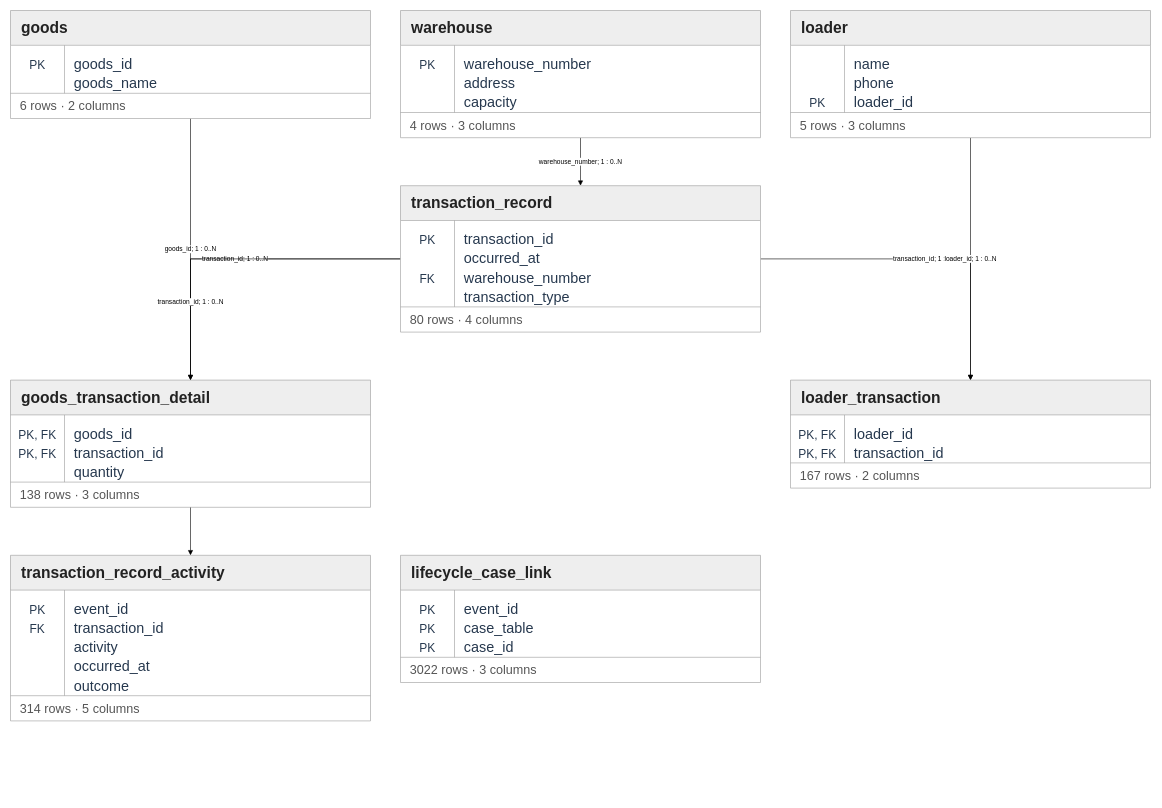
This is datasets/warehouseflow/docs/schema.drawio from jiwonpark7913/NL2EVENTLOG, a draw.io file, before an edit. Source tidied: cells renumbered, new cells numbered last; positions are measured from the earlier drawing's top-left corner, leaving out a move shared by most shapes. Both pictures are drawn from the tidied source at 60%, with x=0, y=0 at pixel (10, 10).
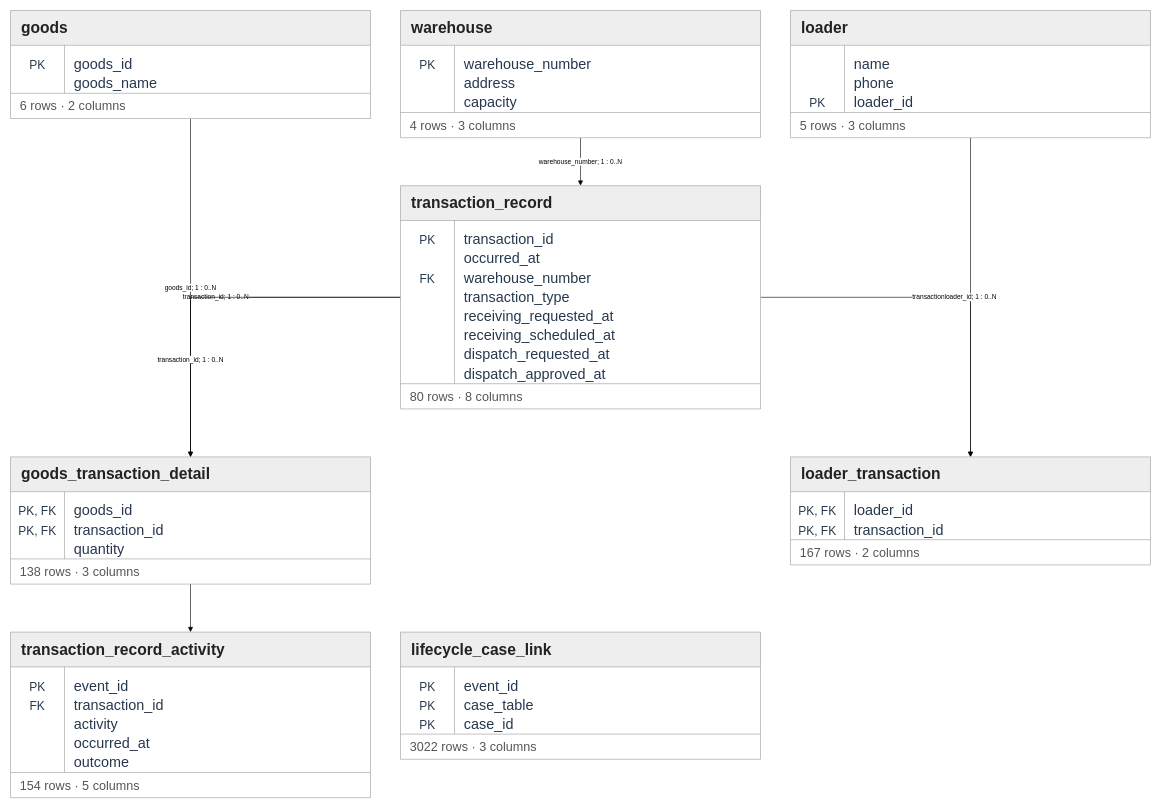
After the change.

The edit, as a diff of the source:
```diff
@@
     <mxCell id="36" value="transaction_record" style="shape=swimlane;startSize=58;rounded=0;whiteSpace=wrap;html=1;align=left;spacingLeft=16;fillColor=#eeeeee;swimlaneFillColor=#ffffff;strokeColor=#9a9a9a;fontColor=#222222;fontSize=26;fontStyle=1;" parent="1" vertex="1">
-      <mxGeometry x="650" y="292" width="600" height="244" as="geometry" />
+      <mxGeometry x="650" y="292" width="600" height="372" as="geometry" />
     </mxCell>
     <mxCell id="37" style="endArrow=none;startArrow=none;rounded=0;strokeColor=#9a9a9a;" parent="36" edge="1">
       <mxGeometry relative="1" as="geometry">
         <mxPoint x="90" y="58" as="sourcePoint" />
-        <mxPoint x="90" y="202" as="targetPoint" />
+        <mxPoint x="90" y="330" as="targetPoint" />
       </mxGeometry>
     </mxCell>
     <mxCell id="38" style="endArrow=none;startArrow=none;rounded=0;strokeColor=#9a9a9a;" parent="36" edge="1">
       <mxGeometry relative="1" as="geometry">
-        <mxPoint y="202" as="sourcePoint" />
-        <mxPoint x="600" y="202" as="targetPoint" />
+        <mxPoint y="330" as="sourcePoint" />
+        <mxPoint x="600" y="330" as="targetPoint" />
       </mxGeometry>
     </mxCell>
@@
+    <mxCell id="90" style="text;rounded=0;whiteSpace=wrap;html=1;align=center;verticalAlign=middle;spacingLeft=0;fontColor=#26384e;fontSize=20;fontStyle=0;fillColor=none;strokeColor=none;" parent="36" vertex="1">
+      <mxGeometry y="202" width="90" height="32" as="geometry" />
+    </mxCell>
+    <mxCell id="91" value="receiving_requested_at" style="text;rounded=0;whiteSpace=wrap;html=1;align=left;verticalAlign=middle;spacingLeft=14;fontColor=#26384e;fontSize=24;fontStyle=0;fillColor=none;strokeColor=none;" parent="36" vertex="1">
+      <mxGeometry x="90" y="202" width="510" height="32" as="geometry" />
+    </mxCell>
+    <mxCell id="92" style="text;rounded=0;whiteSpace=wrap;html=1;align=center;verticalAlign=middle;spacingLeft=0;fontColor=#26384e;fontSize=20;fontStyle=0;fillColor=none;strokeColor=none;" parent="36" vertex="1">
+      <mxGeometry y="234" width="90" height="32" as="geometry" />
+    </mxCell>
+    <mxCell id="93" value="receiving_scheduled_at" style="text;rounded=0;whiteSpace=wrap;html=1;align=left;verticalAlign=middle;spacingLeft=14;fontColor=#26384e;fontSize=24;fontStyle=0;fillColor=none;strokeColor=none;" parent="36" vertex="1">
+      <mxGeometry x="90" y="234" width="510" height="32" as="geometry" />
+    </mxCell>
+    <mxCell id="94" style="text;rounded=0;whiteSpace=wrap;html=1;align=center;verticalAlign=middle;spacingLeft=0;fontColor=#26384e;fontSize=20;fontStyle=0;fillColor=none;strokeColor=none;" parent="36" vertex="1">
+      <mxGeometry y="266" width="90" height="32" as="geometry" />
+    </mxCell>
+    <mxCell id="95" value="dispatch_requested_at" style="text;rounded=0;whiteSpace=wrap;html=1;align=left;verticalAlign=middle;spacingLeft=14;fontColor=#26384e;fontSize=24;fontStyle=0;fillColor=none;strokeColor=none;" parent="36" vertex="1">
+      <mxGeometry x="90" y="266" width="510" height="32" as="geometry" />
+    </mxCell>
+    <mxCell id="96" style="text;rounded=0;whiteSpace=wrap;html=1;align=center;verticalAlign=middle;spacingLeft=0;fontColor=#26384e;fontSize=20;fontStyle=0;fillColor=none;strokeColor=none;" parent="36" vertex="1">
+      <mxGeometry y="298" width="90" height="32" as="geometry" />
+    </mxCell>
+    <mxCell id="97" value="dispatch_approved_at" style="text;rounded=0;whiteSpace=wrap;html=1;align=left;verticalAlign=middle;spacingLeft=14;fontColor=#26384e;fontSize=24;fontStyle=0;fillColor=none;strokeColor=none;" parent="36" vertex="1">
+      <mxGeometry x="90" y="298" width="510" height="32" as="geometry" />
+    </mxCell>
-    <mxCell id="47" value="80 rows · 4 columns" style="text;rounded=0;whiteSpace=wrap;html=1;align=left;verticalAlign=middle;spacingLeft=14;fontColor=#555555;fontSize=21;fillColor=none;strokeColor=none;" parent="36" vertex="1">
-      <mxGeometry y="202" width="600" height="42" as="geometry" />
+    <mxCell id="47" value="80 rows · 8 columns" style="text;rounded=0;whiteSpace=wrap;html=1;align=left;verticalAlign=middle;spacingLeft=14;fontColor=#555555;fontSize=21;fillColor=none;strokeColor=none;" parent="36" vertex="1">
+      <mxGeometry y="330" width="600" height="42" as="geometry" />
     </mxCell>
     <mxCell id="48" value="goods_transaction_detail" style="shape=swimlane;startSize=58;rounded=0;whiteSpace=wrap;html=1;align=left;spacingLeft=16;fillColor=#eeeeee;swimlaneFillColor=#ffffff;strokeColor=#9a9a9a;fontColor=#222222;fontSize=26;fontStyle=1;" parent="1" vertex="1">
-      <mxGeometry y="616" width="600" height="212" as="geometry" />
+      <mxGeometry y="744" width="600" height="212" as="geometry" />
     </mxCell>
@@
     <mxCell id="58" value="loader_transaction" style="shape=swimlane;startSize=58;rounded=0;whiteSpace=wrap;html=1;align=left;spacingLeft=16;fillColor=#eeeeee;swimlaneFillColor=#ffffff;strokeColor=#9a9a9a;fontColor=#222222;fontSize=26;fontStyle=1;" parent="1" vertex="1">
-      <mxGeometry x="1300" y="616" width="600" height="180" as="geometry" />
+      <mxGeometry x="1300" y="744" width="600" height="180" as="geometry" />
     </mxCell>
@@
     <mxCell id="66" value="transaction_record_activity" style="shape=swimlane;startSize=58;rounded=0;whiteSpace=wrap;html=1;align=left;spacingLeft=16;fillColor=#eeeeee;swimlaneFillColor=#ffffff;strokeColor=#9a9a9a;fontColor=#222222;fontSize=26;fontStyle=1;" parent="1" vertex="1">
-      <mxGeometry y="908" width="600" height="276" as="geometry" />
+      <mxGeometry y="1036" width="600" height="276" as="geometry" />
     </mxCell>
@@
-    <mxCell id="79" value="314 rows · 5 columns" style="text;rounded=0;whiteSpace=wrap;html=1;align=left;verticalAlign=middle;spacingLeft=14;fontColor=#555555;fontSize=21;fillColor=none;strokeColor=none;" parent="66" vertex="1">
+    <mxCell id="79" value="154 rows · 5 columns" style="text;rounded=0;whiteSpace=wrap;html=1;align=left;verticalAlign=middle;spacingLeft=14;fontColor=#555555;fontSize=21;fillColor=none;strokeColor=none;" parent="66" vertex="1">
       <mxGeometry y="234" width="600" height="42" as="geometry" />
     </mxCell>
     <mxCell id="80" value="lifecycle_case_link" style="shape=swimlane;startSize=58;rounded=0;whiteSpace=wrap;html=1;align=left;spacingLeft=16;fillColor=#eeeeee;swimlaneFillColor=#ffffff;strokeColor=#9a9a9a;fontColor=#222222;fontSize=26;fontStyle=1;" parent="1" vertex="1">
-      <mxGeometry x="650" y="908" width="600" height="212" as="geometry" />
+      <mxGeometry x="650" y="1036" width="600" height="212" as="geometry" />
     </mxCell>
```
